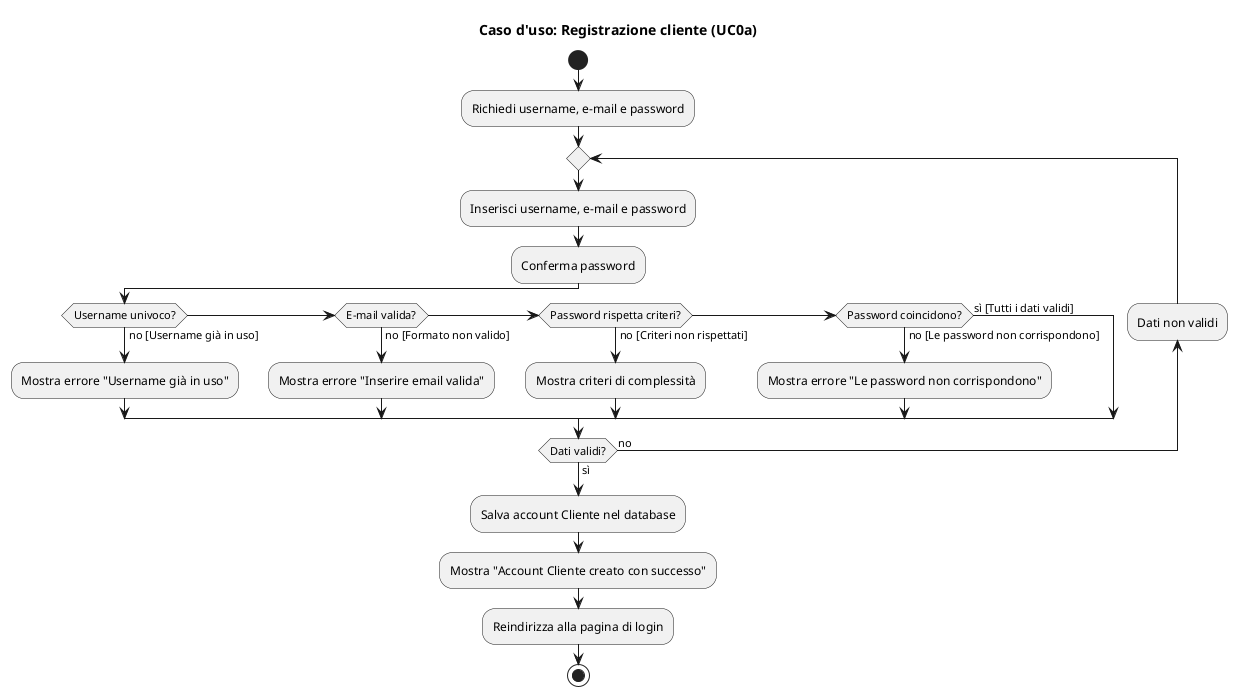
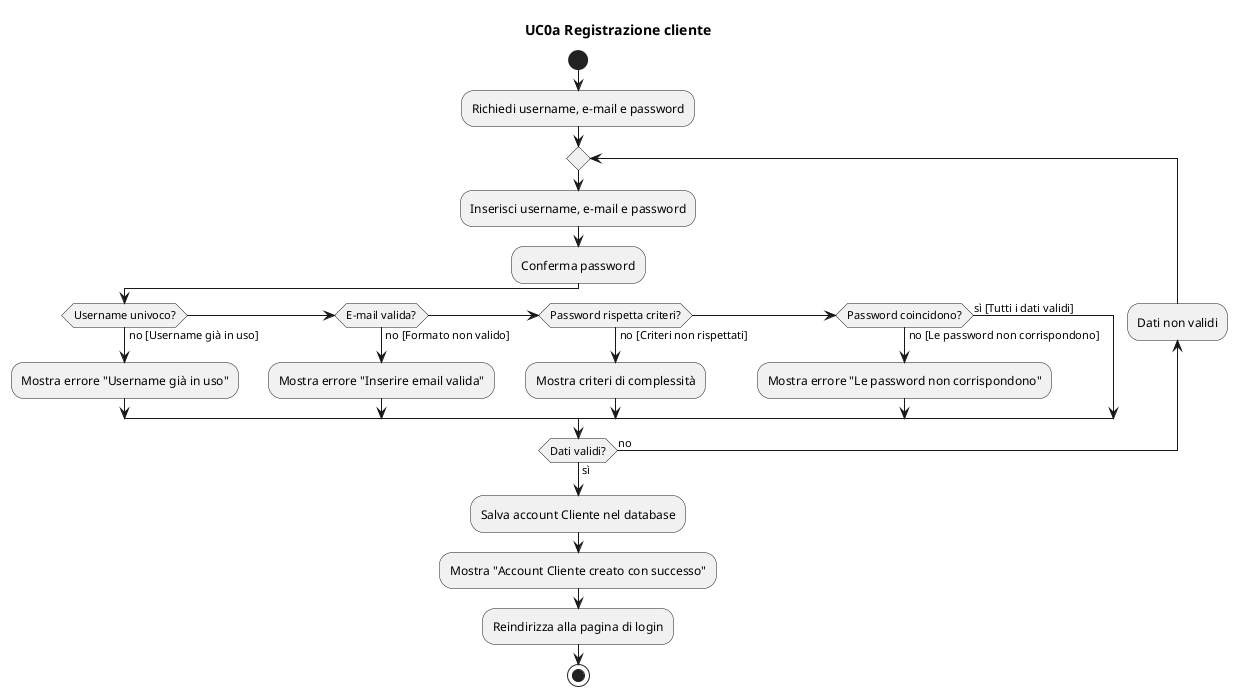
@startuml

- title Caso d'uso: Registrazione cliente (UC0a)
+ title UC0a Registrazione cliente

start

:Richiedi username, e-mail e password;

repeat
  :Inserisci username, e-mail e password;
  :Conferma password;

  if (Username univoco?) then (no [Username già in uso])
    :Mostra errore "Username già in uso";
    label lab1
  elseif (E-mail valida?) then (no [Formato non valido])
    :Mostra errore "Inserire email valida";
    label lab2
  elseif (Password rispetta criteri?) then (no [Criteri non rispettati])
    :Mostra criteri di complessità;
    label lab3
  elseif (Password coincidono?) then (no [Le password non corrispondono])
    :Mostra errore "Le password non corrispondono";
    label lab4
  else (sì [Tutti i dati validi])
    label dati_validi
  end if

backward:Dati non validi;
repeat while (Dati validi?) is (no) not (sì)

:Salva account Cliente nel database;
:Mostra "Account Cliente creato con successo";
:Reindirizza alla pagina di login;

stop
@enduml
